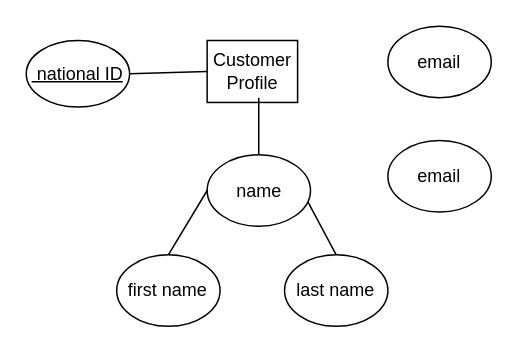
Above: Untitled Diagram.drawio in Blaze-trio/Blaze-trio.github.io (draw.io), before the change. Source tidied: cells renumbered, new cells numbered last; positions are measured from the earlier drawing's top-left corner, leaving out a move shared by most shapes. Both pictures are drawn from the tidied source at 150%, with x=0, y=0 at pixel (26, 26).
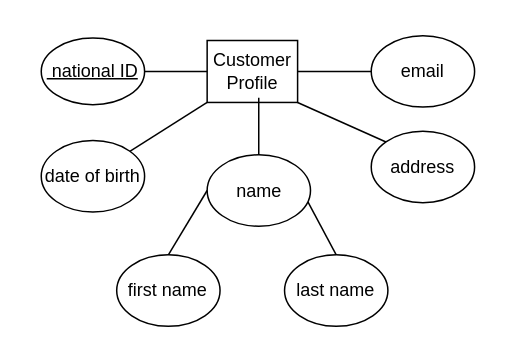
Above is the later version.

Commit message:
done with customer profile

Change to the diagram source:
```diff
@@
 <mxGraphModel>
   <root>
     <mxCell id="0" />
     <mxCell id="1" parent="0" />
     <mxCell id="2" style="group;" parent="1" vertex="1">
-      <mxGeometry width="310" height="200" as="geometry" />
+      <mxGeometry width="318.9" height="200" as="geometry" />
     </mxCell>
     <mxCell id="3" value="Customer Profile" style="rounded=0;whiteSpace=wrap;html=1;" parent="2" vertex="1">
       <mxGeometry x="120.6" y="9.5" width="60.3" height="41.3" as="geometry" />
     </mxCell>
     <mxCell id="4" value="&lt;u&gt;&amp;nbsp;national ID&lt;br&gt;&lt;/u&gt;" style="ellipse;whiteSpace=wrap;html=1;" parent="2" vertex="1">
-      <mxGeometry y="9.5" width="68.9" height="44.4" as="geometry" />
+      <mxGeometry x="10" y="7.9" width="68.9" height="44.4" as="geometry" />
     </mxCell>
     <mxCell id="5" value="&lt;div&gt;first name&lt;/div&gt;" style="ellipse;whiteSpace=wrap;html=1;" parent="2" vertex="1">
       <mxGeometry x="60.3" y="152.4" width="68.9" height="47.6" as="geometry" />
     </mxCell>
     <mxCell id="6" value="&lt;div&gt;name&lt;/div&gt;" style="ellipse;whiteSpace=wrap;html=1;" parent="2" vertex="1">
       <mxGeometry x="120.6" y="85.7" width="68.9" height="47.6" as="geometry" />
     </mxCell>
     <mxCell id="7" value="&lt;div&gt;last name&lt;/div&gt;" style="ellipse;whiteSpace=wrap;html=1;" parent="2" vertex="1">
       <mxGeometry x="172.2" y="152.4" width="68.9" height="47.6" as="geometry" />
     </mxCell>
     <mxCell id="8" style="endArrow=none;html=1;rounded=0;" parent="2" edge="1">
       <mxGeometry relative="1" as="geometry">
         <mxPoint x="155" y="85.7" as="sourcePoint" />
         <mxPoint x="155" y="47.6" as="targetPoint" />
       </mxGeometry>
     </mxCell>
     <mxCell id="9" style="endArrow=none;html=1;rounded=0;exitX=0.5;exitY=0;exitDx=0;exitDy=0;entryX=0;entryY=0.5;entryDx=0;entryDy=0;" parent="2" edge="1" source="5" target="6">
       <mxGeometry relative="1" as="geometry" />
     </mxCell>
     <mxCell id="10" style="endArrow=none;html=1;rounded=0;entryX=0.975;entryY=0.66;entryDx=0;entryDy=0;entryPerimeter=0;exitX=0.5;exitY=0;exitDx=0;exitDy=0;" parent="2" edge="1" source="7" target="6">
       <mxGeometry relative="1" as="geometry" />
     </mxCell>
     <mxCell id="11" style="endArrow=none;html=1;rounded=0;exitX=1;exitY=0.5;exitDx=0;exitDy=0;entryX=0;entryY=0.5;entryDx=0;entryDy=0;" parent="2" edge="1" source="4" target="3">
       <mxGeometry relative="1" as="geometry" />
     </mxCell>
     <mxCell id="12" value="email" style="ellipse;whiteSpace=wrap;html=1;" parent="2" vertex="1">
-      <mxGeometry x="241.1" width="68.9" height="47.6" as="geometry" />
+      <mxGeometry x="230" y="6.3" width="68.9" height="47.6" as="geometry" />
     </mxCell>
-    <mxCell id="13" value="email" style="ellipse;whiteSpace=wrap;html=1;" parent="2" vertex="1">
-      <mxGeometry x="241.1" y="76.2" width="68.9" height="47.6" as="geometry" />
+    <mxCell id="13" value="address" style="ellipse;whiteSpace=wrap;html=1;" parent="2" vertex="1">
+      <mxGeometry x="230" y="70" width="68.9" height="47.6" as="geometry" />
     </mxCell>
+    <mxCell id="14" style="endArrow=none;html=1;rounded=0;exitX=1;exitY=0.5;exitDx=0;exitDy=0;entryX=0;entryY=0.5;entryDx=0;entryDy=0;" parent="2" edge="1" source="3" target="12">
+      <mxGeometry relative="1" as="geometry" />
+    </mxCell>
+    <mxCell id="15" value="date of birth" style="ellipse;whiteSpace=wrap;html=1;" parent="2" vertex="1">
+      <mxGeometry x="10" y="76.2" width="68.9" height="47.6" as="geometry" />
+    </mxCell>
+    <mxCell id="16" style="endArrow=none;html=1;rounded=0;entryX=1;entryY=1;entryDx=0;entryDy=0;exitX=0;exitY=0;exitDx=0;exitDy=0;" parent="2" edge="1" source="13" target="3">
+      <mxGeometry relative="1" as="geometry" />
+    </mxCell>
+    <mxCell id="17" style="endArrow=none;html=1;rounded=0;entryX=0;entryY=1;entryDx=0;entryDy=0;exitX=1;exitY=0;exitDx=0;exitDy=0;" parent="2" edge="1" source="15" target="3">
+      <mxGeometry relative="1" as="geometry" />
+    </mxCell>
   </root>
 </mxGraphModel>
```
